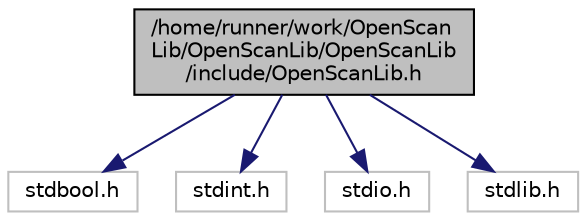
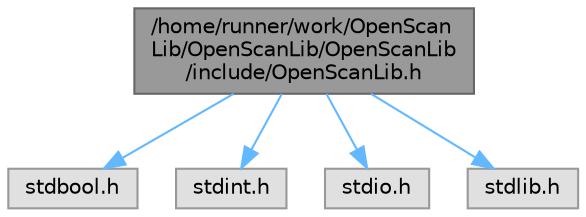
digraph "/home/runner/work/OpenScanLib/OpenScanLib/OpenScanLib/include/OpenScanLib.h"
{
 // LATEX_PDF_SIZE
-   edge [fontname="Helvetica",fontsize="10",labelfontname="Helvetica",labelfontsize="10"];
-   node [fontname="Helvetica",fontsize="10",shape=record];
-   Node1 [label="/home/runner/work/OpenScan\lLib/OpenScanLib/OpenScanLib\l/include/OpenScanLib.h",height=0.2,width=0.4,color="black", fillcolor="grey75", style="filled", fontcolor="black",tooltip="OpenScan C API."];
-   Node1 -> Node2 [color="midnightblue",fontsize="10",style="solid",fontname="Helvetica"];
-   Node2 [label="stdbool.h",height=0.2,width=0.4,color="grey75", fillcolor="white", style="filled",tooltip=" "];
-   Node1 -> Node3 [color="midnightblue",fontsize="10",style="solid",fontname="Helvetica"];
-   Node3 [label="stdint.h",height=0.2,width=0.4,color="grey75", fillcolor="white", style="filled",tooltip=" "];
-   Node1 -> Node4 [color="midnightblue",fontsize="10",style="solid",fontname="Helvetica"];
-   Node4 [label="stdio.h",height=0.2,width=0.4,color="grey75", fillcolor="white", style="filled",tooltip=" "];
-   Node1 -> Node5 [color="midnightblue",fontsize="10",style="solid",fontname="Helvetica"];
-   Node5 [label="stdlib.h",height=0.2,width=0.4,color="grey75", fillcolor="white", style="filled",tooltip=" "];
+   bgcolor="transparent";
+   edge [fontname=Helvetica,fontsize=10,labelfontname=Helvetica,labelfontsize=10];
+   node [fontname=Helvetica,fontsize=10,shape=box,height=0.2,width=0.4];
+   Node1 [id="Node000001",label="/home/runner/work/OpenScan\lLib/OpenScanLib/OpenScanLib\l/include/OpenScanLib.h",height=0.2,width=0.4,color="gray40", fillcolor="grey60", style="filled", fontcolor="black",tooltip="OpenScan C API."];
+   Node1 -> Node2 [id="edge1_Node000001_Node000002",color="steelblue1",style="solid",tooltip=" "];
+   Node2 [id="Node000002",label="stdbool.h",height=0.2,width=0.4,color="grey60", fillcolor="#E0E0E0", style="filled",tooltip=" "];
+   Node1 -> Node3 [id="edge2_Node000001_Node000003",color="steelblue1",style="solid",tooltip=" "];
+   Node3 [id="Node000003",label="stdint.h",height=0.2,width=0.4,color="grey60", fillcolor="#E0E0E0", style="filled",tooltip=" "];
+   Node1 -> Node4 [id="edge3_Node000001_Node000004",color="steelblue1",style="solid",tooltip=" "];
+   Node4 [id="Node000004",label="stdio.h",height=0.2,width=0.4,color="grey60", fillcolor="#E0E0E0", style="filled",tooltip=" "];
+   Node1 -> Node5 [id="edge4_Node000001_Node000005",color="steelblue1",style="solid",tooltip=" "];
+   Node5 [id="Node000005",label="stdlib.h",height=0.2,width=0.4,color="grey60", fillcolor="#E0E0E0", style="filled",tooltip=" "];
}
